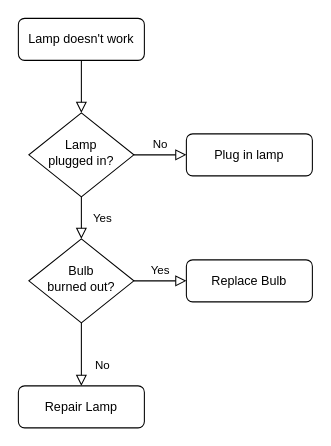
Earlier version of the draw.io diagram MMFlow.drawio (xcom169/xcom169). Source tidied: cells renumbered, new cells numbered last; positions are measured from the earlier drawing's top-left corner, leaving out a move shared by most shapes. Both pictures are drawn from the tidied source at 105%, with x=0, y=0 at pixel (18, 18).
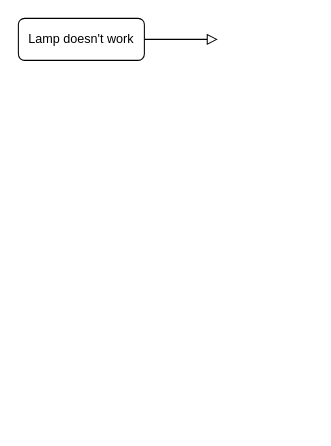
The same diagram, later.

What changed in the source:
```diff
@@
 <mxGraphModel>
   <root>
     <mxCell id="0" />
     <mxCell id="1" parent="0" />
-    <mxCell id="2" style="rounded=0;html=1;jettySize=auto;fontSize=11;endArrow=block;endFill=0;endSize=8;strokeWidth=1;shadow=0;labelBackgroundColor=none;edgeStyle=orthogonalEdgeStyle;" parent="1" edge="1" source="3" target="6">
-      <mxGeometry relative="1" as="geometry" />
+    <mxCell id="2" style="rounded=0;html=1;jettySize=auto;fontSize=11;endArrow=block;endFill=0;endSize=8;strokeWidth=1;shadow=0;labelBackgroundColor=none;edgeStyle=orthogonalEdgeStyle;" parent="1" edge="1" source="3">
+      <mxGeometry relative="1" as="geometry">
+        <mxPoint x="190" y="20" as="targetPoint" />
+      </mxGeometry>
     </mxCell>
     <mxCell id="3" value="Lamp doesn't work" style="rounded=1;whiteSpace=wrap;html=1;fontSize=12;glass=0;strokeWidth=1;shadow=0;" parent="1" vertex="1">
       <mxGeometry width="120" height="40" as="geometry" />
     </mxCell>
-    <mxCell id="4" value="Yes" style="rounded=0;html=1;jettySize=auto;fontSize=11;endArrow=block;endFill=0;endSize=8;strokeWidth=1;shadow=0;labelBackgroundColor=none;edgeStyle=orthogonalEdgeStyle;" parent="1" edge="1" source="6" target="10">
-      <mxGeometry y="20" relative="1" as="geometry" />
-    </mxCell>
-    <mxCell id="5" value="No" style="edgeStyle=orthogonalEdgeStyle;rounded=0;html=1;jettySize=auto;fontSize=11;endArrow=block;endFill=0;endSize=8;strokeWidth=1;shadow=0;labelBackgroundColor=none;" parent="1" edge="1" source="6" target="7">
-      <mxGeometry y="10" relative="1" as="geometry" />
-    </mxCell>
-    <mxCell id="6" value="Lamp&lt;br&gt;plugged in?" style="rhombus;whiteSpace=wrap;html=1;shadow=0;fontFamily=Helvetica;fontSize=12;align=center;strokeWidth=1;spacing=6;spacingTop=-4;" parent="1" vertex="1">
-      <mxGeometry x="10" y="90" width="100" height="80" as="geometry" />
-    </mxCell>
-    <mxCell id="7" value="Plug in lamp" style="rounded=1;whiteSpace=wrap;html=1;fontSize=12;glass=0;strokeWidth=1;shadow=0;" parent="1" vertex="1">
-      <mxGeometry x="160" y="110" width="120" height="40" as="geometry" />
-    </mxCell>
-    <mxCell id="8" value="No" style="rounded=0;html=1;jettySize=auto;fontSize=11;endArrow=block;endFill=0;endSize=8;strokeWidth=1;shadow=0;labelBackgroundColor=none;edgeStyle=orthogonalEdgeStyle;" parent="1" edge="1" source="10" target="11">
-      <mxGeometry x="0.33" y="20" relative="1" as="geometry" />
-    </mxCell>
-    <mxCell id="9" value="Yes" style="edgeStyle=orthogonalEdgeStyle;rounded=0;html=1;jettySize=auto;fontSize=11;endArrow=block;endFill=0;endSize=8;strokeWidth=1;shadow=0;labelBackgroundColor=none;" parent="1" edge="1" source="10" target="12">
-      <mxGeometry y="10" relative="1" as="geometry" />
-    </mxCell>
-    <mxCell id="10" value="Bulb&lt;br&gt;burned out?" style="rhombus;whiteSpace=wrap;html=1;shadow=0;fontFamily=Helvetica;fontSize=12;align=center;strokeWidth=1;spacing=6;spacingTop=-4;" parent="1" vertex="1">
-      <mxGeometry x="10" y="210" width="100" height="80" as="geometry" />
-    </mxCell>
-    <mxCell id="11" value="Repair Lamp" style="rounded=1;whiteSpace=wrap;html=1;fontSize=12;glass=0;strokeWidth=1;shadow=0;" parent="1" vertex="1">
-      <mxGeometry y="350" width="120" height="40" as="geometry" />
-    </mxCell>
-    <mxCell id="12" value="Replace Bulb" style="rounded=1;whiteSpace=wrap;html=1;fontSize=12;glass=0;strokeWidth=1;shadow=0;" parent="1" vertex="1">
-      <mxGeometry x="160" y="230" width="120" height="40" as="geometry" />
-    </mxCell>
   </root>
 </mxGraphModel>
```
